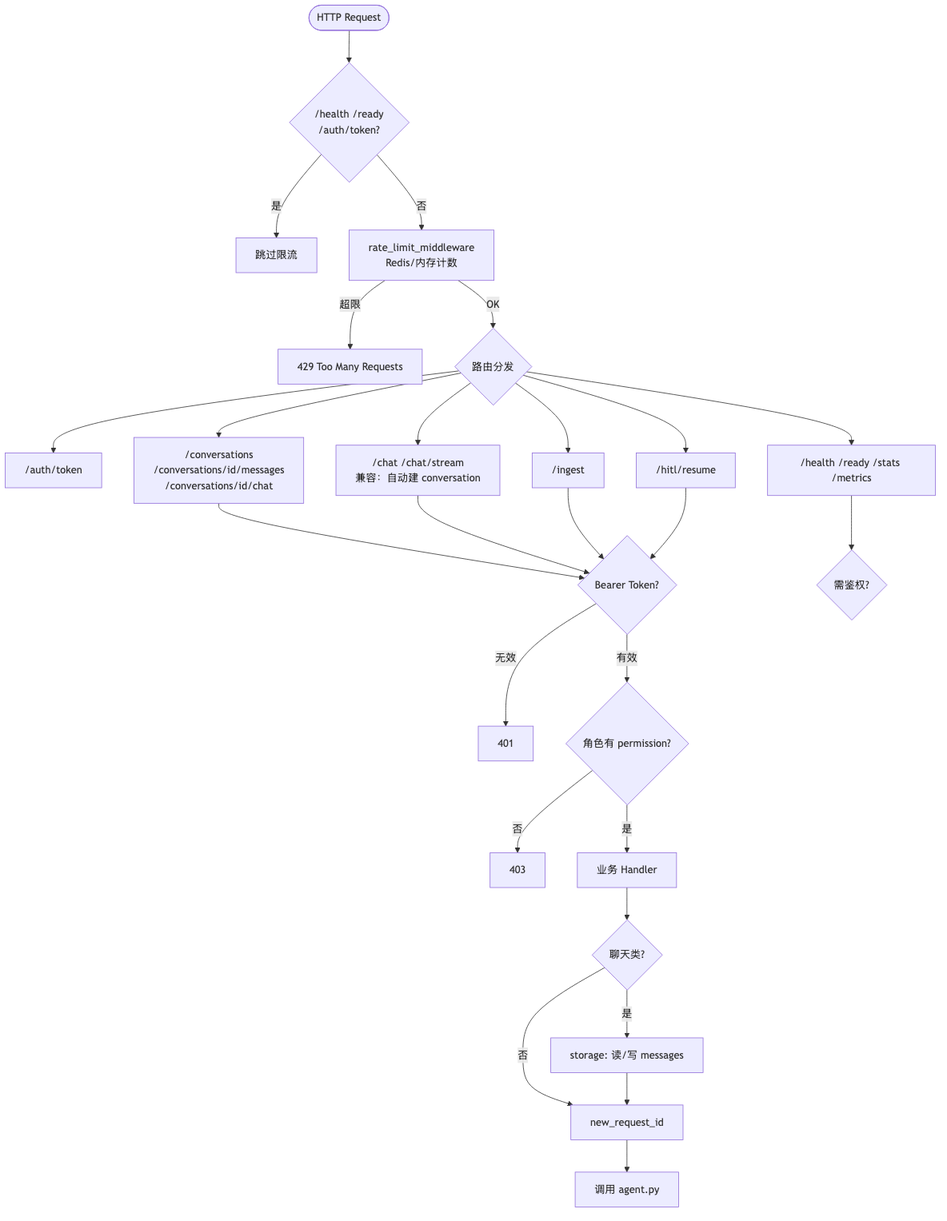
charlie-chann/ai-agent-langgraph-main keeps this Mermaid diagram as project_00_rag_agent/docs/diagrams/04_http_gateway.png. Above is the earlier version. Its source is kept beside it as project_00_rag_agent/docs/diagrams/source/04_http_gateway.mmd.
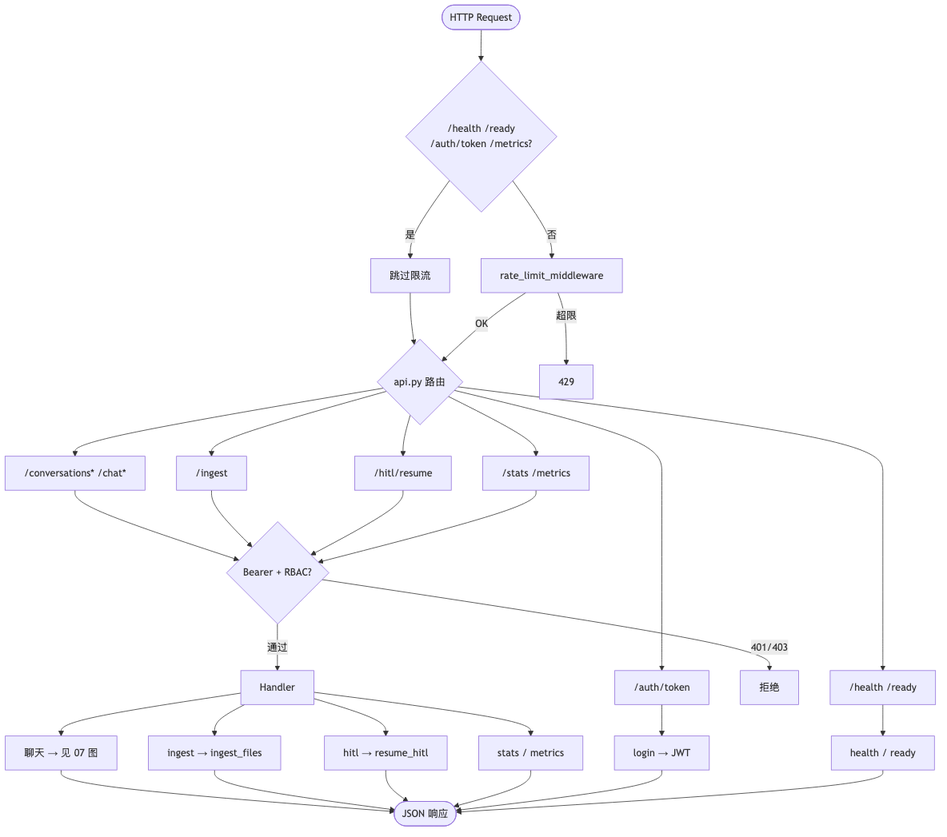
Above is the later version.

Commit message:
docs(project_00): 更新 HTTP gateway 与同步问答流程图

Change to the diagram source:
```diff
@@ -1,31 +1,40 @@
 flowchart TD
-    REQ([HTTP Request]) --> SKIP{/health /ready<br/>/auth/token?}
+    REQ([HTTP Request]) --> SKIP{/health /ready<br/>/auth/token /metrics?}
     SKIP -->|是| PASS[跳过限流]
-    SKIP -->|否| RL[rate_limit_middleware<br/>Redis/内存计数]
+    SKIP -->|否| RL[rate_limit_middleware]
 
-    RL -->|超限| E429[429 Too Many Requests]
-    RL -->|OK| ROUTE{路由分发}
+    PASS --> ROUTE
+    RL -->|超限| E429[429]
+    RL -->|OK| ROUTE{api.py 路由}
 
-    ROUTE --> AUTH_EP["/auth/token"]
-    ROUTE --> CONV_EP["/conversations<br/>/conversations/id/messages<br/>/conversations/id/chat"]
-    ROUTE --> CHAT_EP["/chat /chat/stream<br/>兼容：自动建 conversation"]
-    ROUTE --> INGEST_EP["/ingest"]
-    ROUTE --> HITL_EP["/hitl/resume"]
-    ROUTE --> OPS["/health /ready /stats /metrics"]
+    ROUTE --> AUTH["/auth/token"]
+    ROUTE --> CHAT["/conversations* /chat*"]
+    ROUTE --> INGEST["/ingest"]
+    ROUTE --> HITL["/hitl/resume"]
+    ROUTE --> OPS_PUB["/health /ready"]
+    ROUTE --> OPS_AUTH["/stats /metrics"]
 
-    CONV_EP --> JWT{Bearer Token?}
-    CHAT_EP --> JWT
-    INGEST_EP --> JWT
-    HITL_EP --> JWT
-    OPS --> JWT2{需鉴权?}
+    AUTH --> H1[login → JWT]
 
-    JWT -->|无效| E401[401]
-    JWT -->|有效| RBAC{角色有 permission?}
-    RBAC -->|否| E403[403]
-    RBAC -->|是| HANDLER[业务 Handler]
+    CHAT --> JWT
+    INGEST --> JWT
+    HITL --> JWT
+    OPS_AUTH --> JWT
 
-    HANDLER --> CHAT_FLOW{聊天类?}
-    CHAT_FLOW -->|是| DB[storage: 读/写 messages]
-    CHAT_FLOW -->|否| RID[new_request_id]
-    DB --> RID
-    RID --> AGENT_CALL[调用 agent.py]
+    OPS_PUB --> H_OPS[health / ready]
+
+    JWT{Bearer + RBAC?}
+    JWT -->|401/403| ERR[拒绝]
+    JWT -->|通过| H2[Handler]
+
+    H2 --> T1["聊天 → 见 07 图"]
+    H2 --> T2[ingest → ingest_files]
+    H2 --> T3[hitl → resume_hitl]
+    H2 --> T4[stats / metrics]
+
+    T1 --> OUT([JSON 响应])
+    T2 --> OUT
+    T3 --> OUT
+    T4 --> OUT
+    H1 --> OUT
+    H_OPS --> OUT
```
